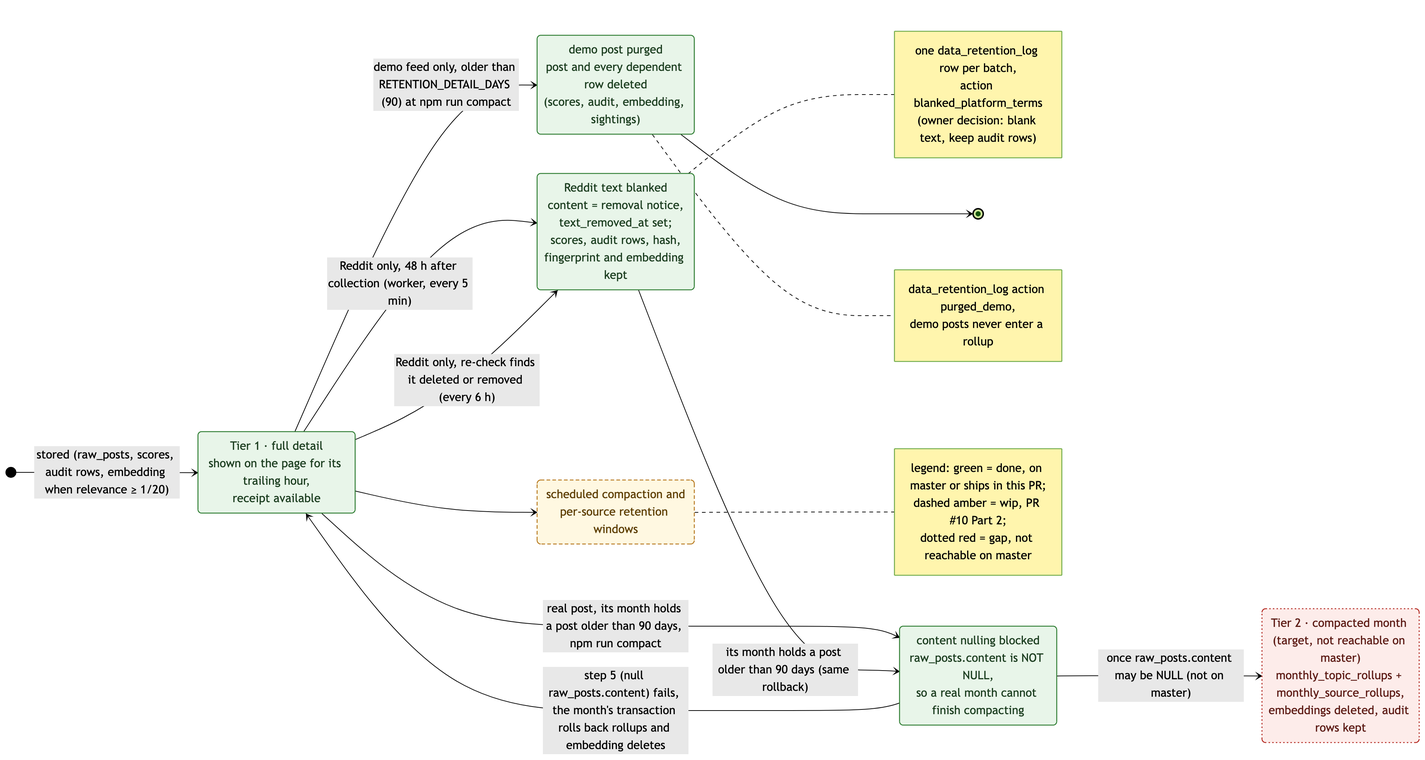
This is docs/diagrams/states/retention-lifecycle.png from jennifer-mckinney/pulse-of-ai, a Mermaid export, as it was before one commit. Its source is kept beside it as docs/diagrams/states/retention-lifecycle.mmd.
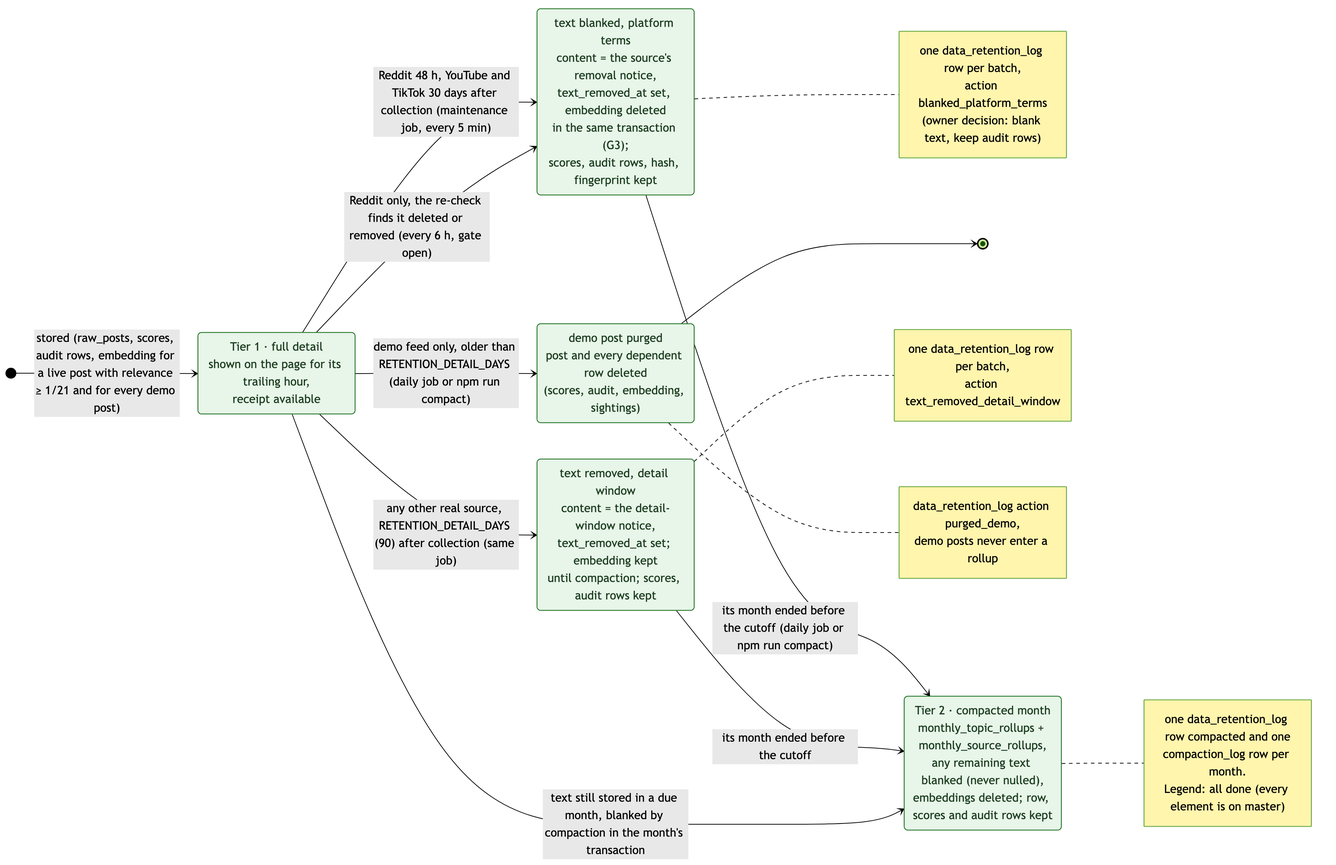
Above is the later version.

The edit, as a diff of the source:
```diff
@@ -1,23 +1,21 @@
 stateDiagram-v2
   direction LR
 
-  [*] --> detail : stored (raw_posts, scores, audit rows, embedding when relevance ≥ 1/20)
+  [*] --> detail : stored (raw_posts, scores, audit rows, embedding for a live post with relevance ≥ 1/21 and for every demo post)
 
   state "Tier 1 · full detail<br/>shown on the page for its trailing hour,<br/>receipt available" as detail
-  state "Reddit text blanked<br/>content = removal notice,<br/>text_removed_at set;<br/>scores, audit rows, hash,<br/>fingerprint and embedding kept" as blanked
+  state "text blanked, platform terms<br/>content = the source's removal notice,<br/>text_removed_at set, embedding deleted<br/>in the same transaction (G3);<br/>scores, audit rows, hash, fingerprint kept" as blanked
+  state "text removed, detail window<br/>content = the detail-window notice,<br/>text_removed_at set; embedding kept<br/>until compaction; scores, audit rows kept" as removed
   state "demo post purged<br/>post and every dependent row deleted<br/>(scores, audit, embedding, sightings)" as purged
-  state "Tier 2 · compacted month (target, not reachable on master)<br/>monthly_topic_rollups + monthly_source_rollups,<br/>embeddings deleted, audit rows kept" as compacted
-  state "content nulling blocked<br/>raw_posts.content is NOT NULL,<br/>so a real month cannot finish compacting" as blocked_null
-  state "scheduled compaction and<br/>per-source retention windows" as wip_sched
+  state "Tier 2 · compacted month<br/>monthly_topic_rollups + monthly_source_rollups,<br/>any remaining text blanked (never nulled),<br/>embeddings deleted; row, scores and audit rows kept" as compacted
 
-  detail --> blanked : Reddit only, 48 h after collection (worker, every 5 min)
-  detail --> blanked : Reddit only, re-check finds it deleted or removed (every 6 h)
-  detail --> purged : demo feed only, older than RETENTION_DETAIL_DAYS (90) at npm run compact
-  detail --> blocked_null : real post, its month holds a post older than 90 days, npm run compact
-  blocked_null --> detail : step 5 (null raw_posts.content) fails, the month's transaction rolls back rollups and embedding deletes
-  blanked --> blocked_null : its month holds a post older than 90 days (same rollback)
-  blocked_null --> compacted : once raw_posts.content may be NULL (not on master)
-  detail --> wip_sched
+  detail --> blanked : Reddit 48 h, YouTube and TikTok 30 days after collection (maintenance job, every 5 min)
+  detail --> blanked : Reddit only, the re-check finds it deleted or removed (every 6 h, gate open)
+  detail --> removed : any other real source, RETENTION_DETAIL_DAYS (90) after collection (same job)
+  detail --> purged : demo feed only, older than RETENTION_DETAIL_DAYS (daily job or npm run compact)
+  blanked --> compacted : its month ended before the cutoff (daily job or npm run compact)
+  removed --> compacted : its month ended before the cutoff
+  detail --> compacted : text still stored in a due month, blanked by compaction in the month's transaction
   purged --> [*]
 
   note right of blanked
@@ -25,20 +23,19 @@
     action blanked_platform_terms
     (owner decision: blank text, keep audit rows)
   end note
+  note right of removed
+    one data_retention_log row per batch,
+    action text_removed_detail_window
+  end note
   note right of purged
     data_retention_log action purged_demo,
     demo posts never enter a rollup
   end note
-
-  note right of wip_sched
-    legend: green = done, on master or ships in this PR;
-    dashed amber = wip, PR #10 Part 2;
-    dotted red = gap, not reachable on master
+  note right of compacted
+    one data_retention_log row compacted and one
+    compaction_log row per month.
+    Legend: all done (every element is on master)
   end note
 
   classDef done fill:#e8f5e9,stroke:#2e7d32,color:#1b3d1f
-  classDef wip fill:#fff8e1,stroke:#b7791f,color:#5c3d00,stroke-dasharray:5 3
-  class detail, blanked, purged, blocked_null done
-  classDef gap fill:#fdecea,stroke:#b3261e,color:#5c1a14,stroke-dasharray:2 3
-  class compacted gap
-  class wip_sched wip
+  class detail, blanked, removed, purged, compacted done
```
